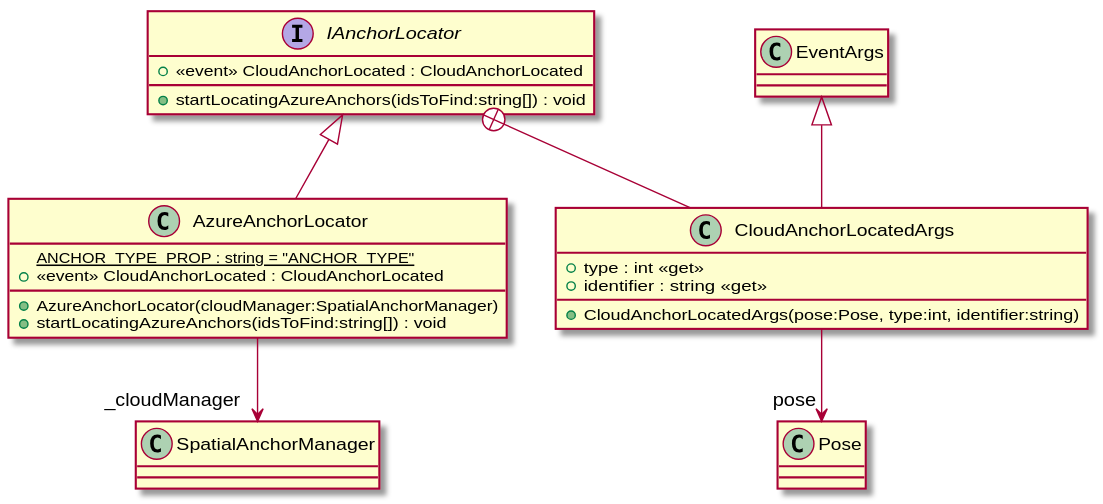
DeNatur/ProductionFloorVisualization keeps this PlantUML diagram as UML/spatiallogic/IAnchorLocator.svg. Above is the earlier version.
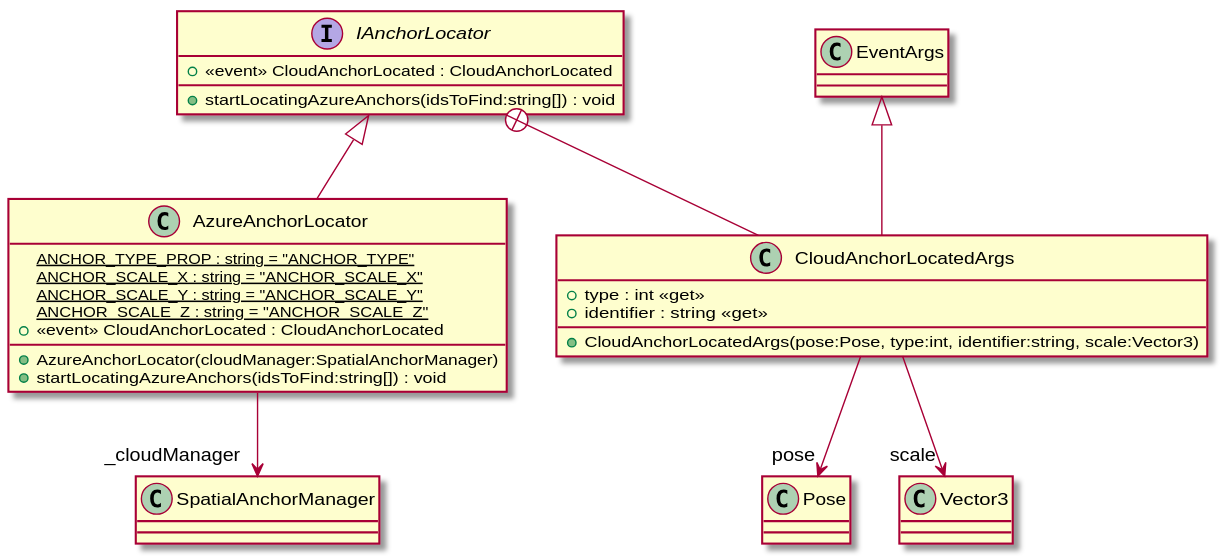
Later version of the same file.

Diff of the diagram source:
```diff
@@ -5,6 +5,9 @@
 }
 class AzureAnchorLocator {
     {static} ANCHOR_TYPE_PROP : string = "ANCHOR_TYPE"
+    {static} ANCHOR_SCALE_X : string = "ANCHOR_SCALE_X"
+    {static} ANCHOR_SCALE_Y : string = "ANCHOR_SCALE_Y"
+    {static} ANCHOR_SCALE_Z : string = "ANCHOR_SCALE_Z"
     + AzureAnchorLocator(cloudManager:SpatialAnchorManager)
     +  <<event>> CloudAnchorLocated : CloudAnchorLocated
     + startLocatingAzureAnchors(idsToFind:string[]) : void
@@ -12,11 +15,12 @@
 class CloudAnchorLocatedArgs {
     + type : int <<get>>
     + identifier : string <<get>>
-    + CloudAnchorLocatedArgs(pose:Pose, type:int, identifier:string)
+    + CloudAnchorLocatedArgs(pose:Pose, type:int, identifier:string, scale:Vector3)
 }
 IAnchorLocator <|-- AzureAnchorLocator
 AzureAnchorLocator --> "_cloudManager" SpatialAnchorManager
 IAnchorLocator +-- CloudAnchorLocatedArgs
 EventArgs <|-- CloudAnchorLocatedArgs
 CloudAnchorLocatedArgs --> "pose" Pose
+CloudAnchorLocatedArgs --> "scale" Vector3
 @enduml
```
